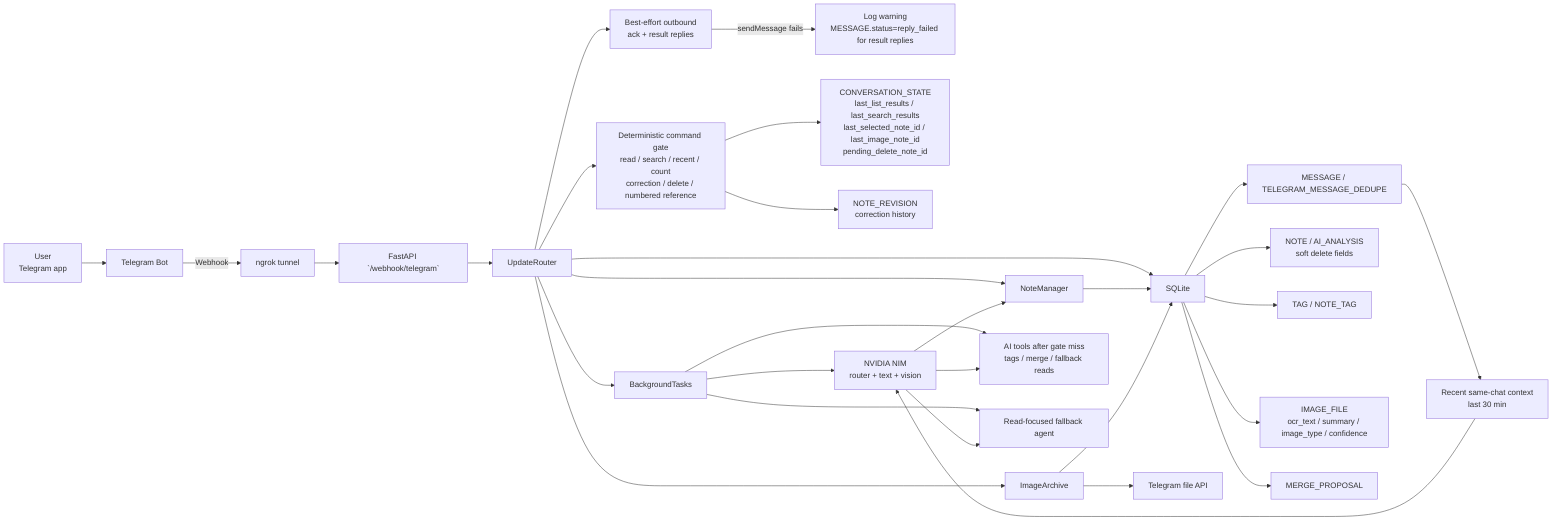
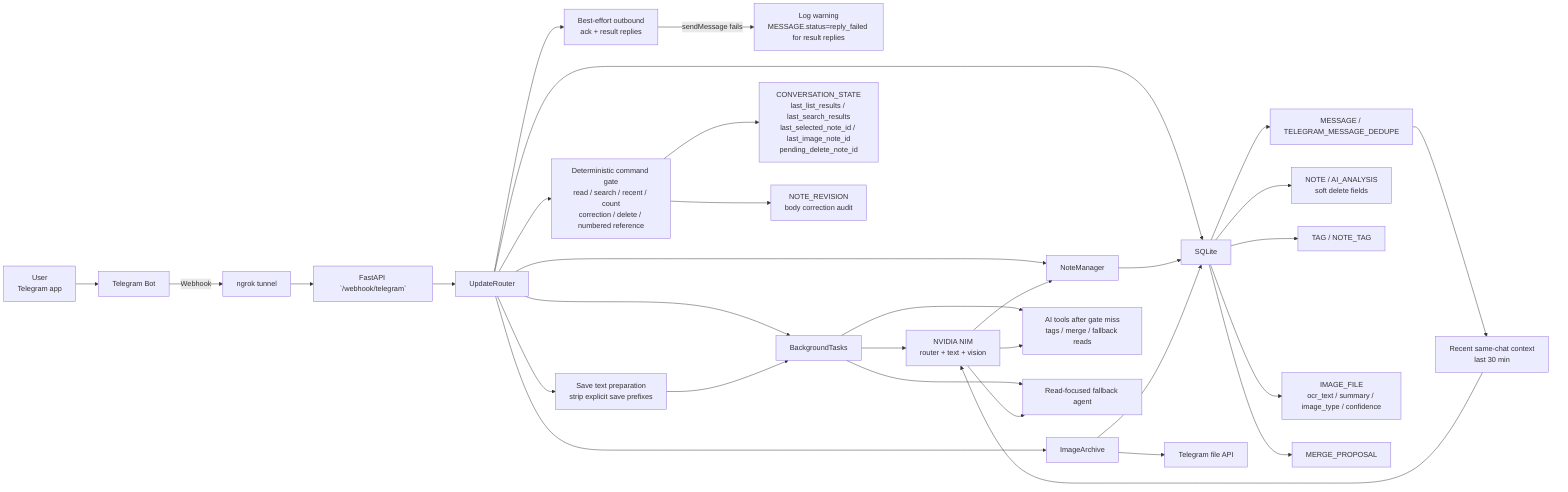
flowchart LR
    User["User<br/>Telegram app"] --> Bot["Telegram Bot"]
    Bot -->|Webhook| Tunnel["ngrok tunnel"]
    Tunnel --> API["FastAPI `/webhook/telegram`"]

    API --> Router["UpdateRouter"]
    Router --> Ack["Best-effort outbound<br/>ack + result replies"]
    Ack -->|sendMessage fails| ReplyFailed["Log warning<br/>MESSAGE.status=reply_failed for result replies"]
    Router --> BG["BackgroundTasks"]
    Router --> Gate["Deterministic command gate<br/>read / search / recent / count<br/>correction / delete / numbered reference"]
+     Router --> Prep["Save text preparation<br/>strip explicit save prefixes"]
    Router --> Archive["ImageArchive"]
    Router --> Manager["NoteManager"]
    Router --> DB["SQLite"]

    Gate --> State["CONVERSATION_STATE<br/>last_list_results / last_search_results<br/>last_selected_note_id / last_image_note_id<br/>pending_delete_note_id"]
-     Gate --> Revisions["NOTE_REVISION<br/>correction history"]
+     Gate --> Revisions["NOTE_REVISION<br/>body correction audit"]
+     Prep --> BG
    BG --> NIM["NVIDIA NIM<br/>router + text + vision"]
    BG --> FastTools["AI tools after gate miss<br/>tags / merge / fallback reads"]
    BG --> AgentFallback["Read-focused fallback agent"]

    Manager --> DB
    Archive --> TGFile["Telegram file API"]
    Archive --> DB
    NIM --> Manager
    NIM --> FastTools
    NIM --> AgentFallback

    DB --> Msg["MESSAGE / TELEGRAM_MESSAGE_DEDUPE"]
    DB --> Notes["NOTE / AI_ANALYSIS<br/>soft delete fields"]
    DB --> Tags["TAG / NOTE_TAG"]
    DB --> Media["IMAGE_FILE<br/>ocr_text / summary / image_type / confidence"]
    DB --> Merge["MERGE_PROPOSAL"]

    Msg --> Context["Recent same-chat context<br/>last 30 min"]
    Context --> NIM
